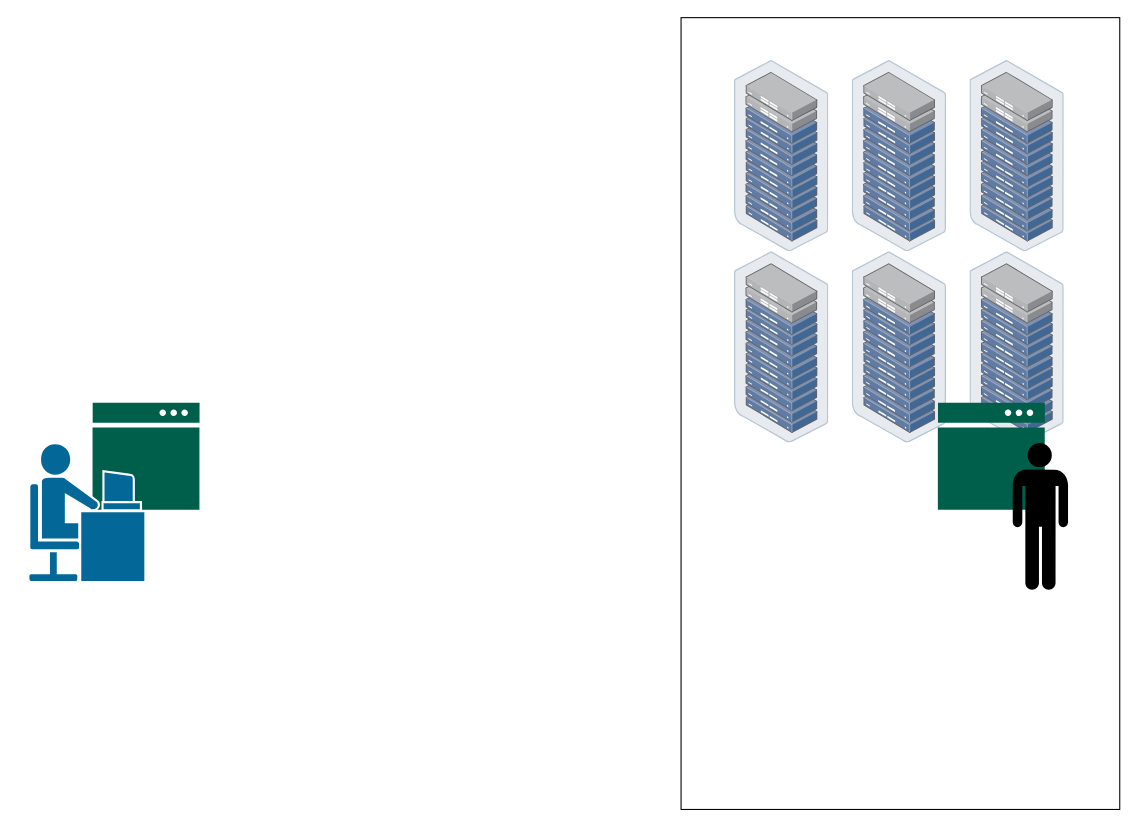
The draw.io diagram ssh_connection.drawio in yokikim/Report-resource-linux, before the edit. Source tidied: cells renumbered, new cells numbered last; positions are measured from the earlier drawing's top-left corner, leaving out a move shared by most shapes. Both pictures are drawn from the tidied source at 107%, with x=0, y=0 at pixel (28, 17).
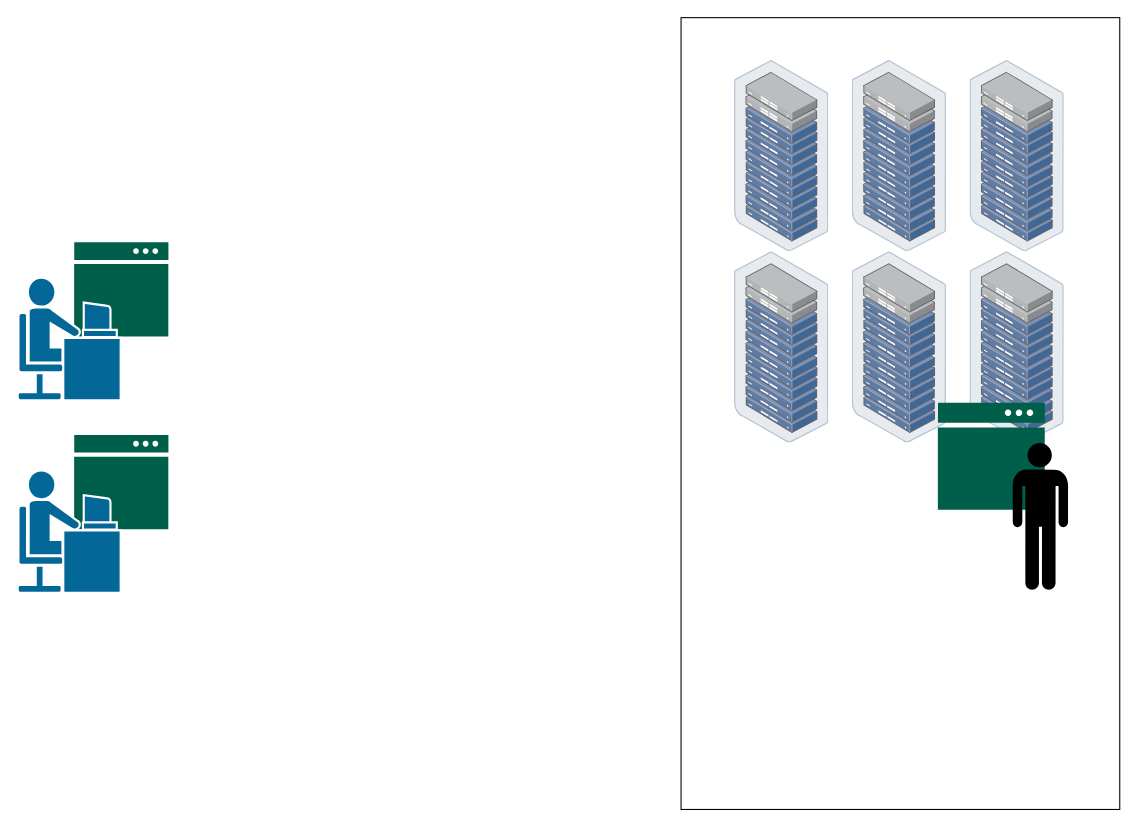
After the change.

Change to the diagram source:
```diff
@@
 <mxGraphModel>
   <root>
     <mxCell id="0" />
     <mxCell id="1" parent="0" />
     <mxCell id="2" style="rounded=0;whiteSpace=wrap;html=1;" parent="1" vertex="1">
       <mxGeometry x="610" width="410" height="740" as="geometry" />
     </mxCell>
     <mxCell id="3" parent="0" />
     <mxCell id="4" style="group;" parent="3" vertex="1">
       <mxGeometry x="660" y="40" width="308.2" height="357.6" as="geometry" />
     </mxCell>
     <mxCell id="5" style="html=1;align=center;shadow=0;dashed=0;image;image=img/lib/allied_telesis/storage/Datacenter_Server_Rack_ToR.svg;" parent="4" vertex="1">
       <mxGeometry width="88.2" height="178.8" as="geometry" />
     </mxCell>
     <mxCell id="6" style="html=1;align=center;shadow=0;dashed=0;image;image=img/lib/allied_telesis/storage/Datacenter_Server_Rack_ToR.svg;" parent="4" vertex="1">
       <mxGeometry x="110" width="88.2" height="178.8" as="geometry" />
     </mxCell>
     <mxCell id="7" style="html=1;align=center;shadow=0;dashed=0;image;image=img/lib/allied_telesis/storage/Datacenter_Server_Rack_ToR.svg;" parent="4" vertex="1">
       <mxGeometry x="220" width="88.2" height="178.8" as="geometry" />
     </mxCell>
     <mxCell id="8" style="html=1;align=center;shadow=0;dashed=0;image;image=img/lib/allied_telesis/storage/Datacenter_Server_Rack_ToR.svg;" parent="4" vertex="1">
       <mxGeometry y="178.8" width="88.2" height="178.8" as="geometry" />
     </mxCell>
     <mxCell id="9" style="html=1;align=center;shadow=0;dashed=0;image;image=img/lib/allied_telesis/storage/Datacenter_Server_Rack_ToR.svg;" parent="4" vertex="1">
       <mxGeometry x="110" y="178.8" width="88.2" height="178.8" as="geometry" />
     </mxCell>
     <mxCell id="10" style="html=1;align=center;shadow=0;dashed=0;image;image=img/lib/allied_telesis/storage/Datacenter_Server_Rack_ToR.svg;" parent="4" vertex="1">
       <mxGeometry x="220" y="178.8" width="88.2" height="178.8" as="geometry" />
     </mxCell>
     <mxCell id="11" style="sketch=0;shadow=0;dashed=0;html=1;strokeColor=none;fillColor=#005F4B;labelPosition=center;verticalLabelPosition=bottom;verticalAlign=top;align=center;shape=mxgraph.veeam2.interface_console;" parent="3" vertex="1">
       <mxGeometry x="850" y="360" width="100" height="100" as="geometry" />
     </mxCell>
     <mxCell id="12" style="shape=mxgraph.signs.people.man_1;html=1;fillColor=#000000;strokeColor=none;verticalLabelPosition=bottom;verticalAlign=top;align=center;" parent="3" vertex="1">
       <mxGeometry x="920" y="397.6" width="51.7" height="137" as="geometry" />
     </mxCell>
+    <mxCell id="15" style="group;" parent="3" vertex="1">
+      <mxGeometry x="-10" y="390" width="140.9" height="147.6" as="geometry" />
+    </mxCell>
-    <mxCell id="13" style="sketch=0;shadow=0;dashed=0;html=1;strokeColor=none;fillColor=#005F4B;labelPosition=center;verticalLabelPosition=bottom;verticalAlign=top;align=center;shape=mxgraph.veeam2.interface_console;" parent="3" vertex="1">
-      <mxGeometry x="60" y="360" width="100" height="100" as="geometry" />
+    <mxCell id="13" style="sketch=0;shadow=0;dashed=0;html=1;strokeColor=none;fillColor=#005F4B;labelPosition=center;verticalLabelPosition=bottom;verticalAlign=top;align=center;shape=mxgraph.veeam2.interface_console;" parent="15" vertex="1">
+      <mxGeometry x="52.8" width="88.1" height="88.1" as="geometry" />
     </mxCell>
-    <mxCell id="14" style="shape=mxgraph.cisco.people.androgenous_person;html=1;dashed=0;fillColor=#036897;strokeColor=#ffffff;strokeWidth=2;verticalLabelPosition=bottom;verticalAlign=top;align=center;" parent="3" vertex="1">
-      <mxGeometry y="397.6" width="109.4" height="130" as="geometry" />
+    <mxCell id="14" style="shape=mxgraph.cisco.people.androgenous_person;html=1;dashed=0;fillColor=#036897;strokeColor=#ffffff;strokeWidth=2;verticalLabelPosition=bottom;verticalAlign=top;align=center;" parent="15" vertex="1">
+      <mxGeometry y="33.1" width="96.3" height="114.5" as="geometry" />
     </mxCell>
+    <mxCell id="16" style="group;" parent="3" vertex="1">
+      <mxGeometry x="-10" y="210" width="140.9" height="147.6" as="geometry" />
+    </mxCell>
+    <mxCell id="17" style="sketch=0;shadow=0;dashed=0;html=1;strokeColor=none;fillColor=#005F4B;labelPosition=center;verticalLabelPosition=bottom;verticalAlign=top;align=center;shape=mxgraph.veeam2.interface_console;" parent="16" vertex="1">
+      <mxGeometry x="52.8" width="88.1" height="88.1" as="geometry" />
+    </mxCell>
+    <mxCell id="18" style="shape=mxgraph.cisco.people.androgenous_person;html=1;dashed=0;fillColor=#036897;strokeColor=#ffffff;strokeWidth=2;verticalLabelPosition=bottom;verticalAlign=top;align=center;" parent="16" vertex="1">
+      <mxGeometry y="33.1" width="96.3" height="114.5" as="geometry" />
+    </mxCell>
+    <mxCell id="19" parent="0" />
+    <mxCell id="20" parent="0" />
   </root>
 </mxGraphModel>
```
